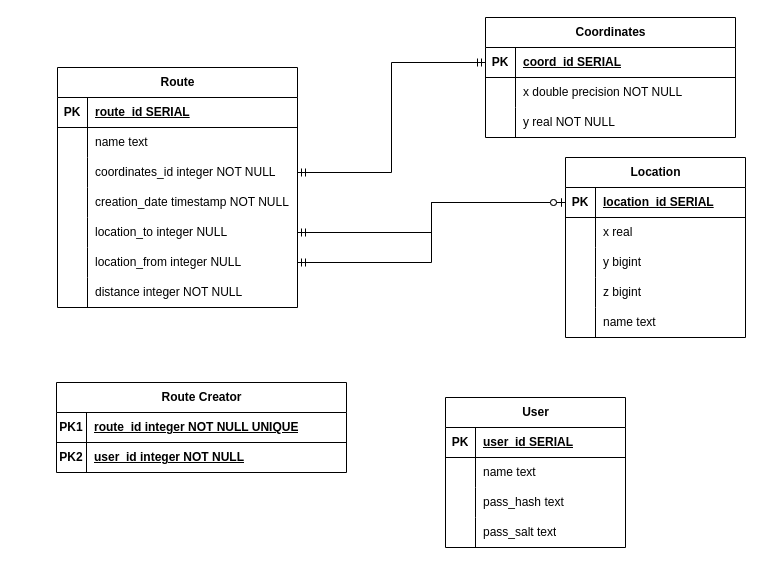
Earlier version of the draw.io diagram diagrams/datalogicalModel.drawio (Zerumi/no8_280523_73637373). Source tidied: cells renumbered, new cells numbered last; positions are measured from the earlier drawing's top-left corner, leaving out a move shared by most shapes. Both pictures are drawn from the tidied source at 100%, with x=0, y=0 at pixel (56, 17).
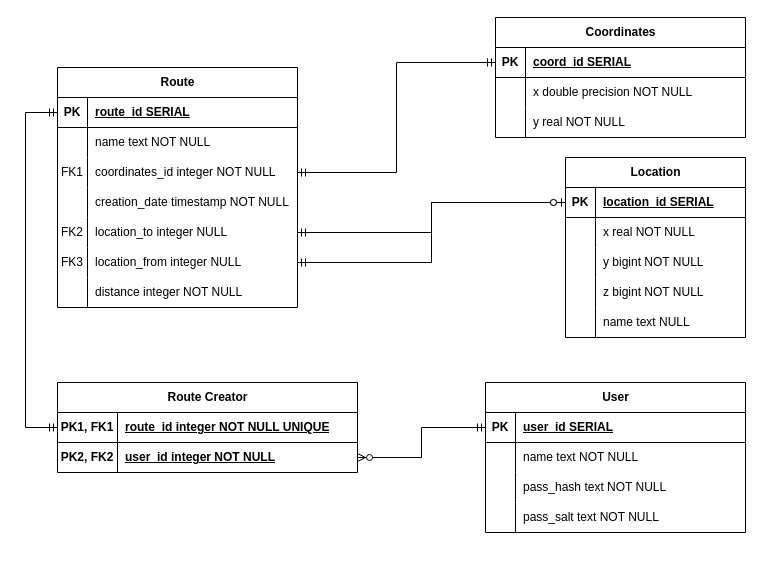
The same diagram, later.

Unchanged cells that the change refers to:
```xml
<mxCell id="3" style="shape=tableRow;horizontal=0;startSize=0;swimlaneHead=0;swimlaneBody=0;fillColor=none;points=[[0,0.5],[1,0.5]];portConstraint=eastwest;top=0;left=0;right=0;bottom=1;" parent="2" vertex="1">
  <mxGeometry y="30" width="240" height="30" as="geometry" />
</mxCell>
<mxCell id="6" style="shape=tableRow;horizontal=0;startSize=0;swimlaneHead=0;swimlaneBody=0;fillColor=none;top=0;left=0;right=0;bottom=0;" parent="2" vertex="1">
  <mxGeometry y="60" width="240" height="30" as="geometry" />
</mxCell>
<mxCell id="9" style="shape=tableRow;horizontal=0;startSize=0;swimlaneHead=0;swimlaneBody=0;fillColor=none;points=[[0,0.5],[1,0.5]];portConstraint=eastwest;top=0;left=0;right=0;bottom=0;" parent="2" vertex="1">
  <mxGeometry y="90" width="240" height="30" as="geometry" />
</mxCell>
<mxCell id="15" style="shape=tableRow;horizontal=0;startSize=0;swimlaneHead=0;swimlaneBody=0;fillColor=none;points=[[0,0.5],[1,0.5]];portConstraint=eastwest;top=0;left=0;right=0;bottom=0;" parent="2" vertex="1">
  <mxGeometry y="150" width="240" height="30" as="geometry" />
</mxCell>
<mxCell id="18" style="shape=tableRow;horizontal=0;startSize=0;swimlaneHead=0;swimlaneBody=0;fillColor=none;points=[[0,0.5],[1,0.5]];portConstraint=eastwest;top=0;left=0;right=0;bottom=0;" parent="2" vertex="1">
  <mxGeometry y="180" width="240" height="30" as="geometry" />
</mxCell>
<mxCell id="28" style="shape=tableRow;horizontal=0;startSize=0;swimlaneHead=0;swimlaneBody=0;fillColor=none;top=0;left=0;right=0;bottom=0;" parent="24" vertex="1">
  <mxGeometry y="60" width="180" height="30" as="geometry" />
</mxCell>
<mxCell id="31" style="shape=tableRow;horizontal=0;startSize=0;swimlaneHead=0;swimlaneBody=0;fillColor=none;top=0;left=0;right=0;bottom=0;" parent="24" vertex="1">
  <mxGeometry y="90" width="180" height="30" as="geometry" />
</mxCell>
<mxCell id="34" style="shape=tableRow;horizontal=0;startSize=0;swimlaneHead=0;swimlaneBody=0;fillColor=none;top=0;left=0;right=0;bottom=0;" parent="24" vertex="1">
  <mxGeometry y="120" width="180" height="30" as="geometry" />
</mxCell>
<mxCell id="37" style="shape=tableRow;horizontal=0;startSize=0;swimlaneHead=0;swimlaneBody=0;fillColor=none;top=0;left=0;right=0;bottom=0;" parent="24" vertex="1">
  <mxGeometry y="150" width="180" height="30" as="geometry" />
</mxCell>
```

Diff of the diagram source:
```diff
@@
-    <mxCell id="8" value="name text" style="shape=partialRectangle;fillColor=none;top=0;left=0;bottom=0;right=0;align=left;spacingLeft=6;overflow=hidden;whiteSpace=wrap;html=1;" parent="6" vertex="1">
+    <mxCell id="8" value="name text NOT NULL" style="shape=partialRectangle;fillColor=none;top=0;left=0;bottom=0;right=0;align=left;spacingLeft=6;overflow=hidden;whiteSpace=wrap;html=1;" parent="6" vertex="1">
       <mxGeometry x="30" width="210" height="30" as="geometry" />
     </mxCell>
@@
-    <mxCell id="10" style="shape=partialRectangle;fillColor=none;top=0;left=0;bottom=0;right=0;overflow=hidden;whiteSpace=wrap;html=1;" parent="9" vertex="1">
+    <mxCell id="10" value="FK1" style="shape=partialRectangle;fillColor=none;top=0;left=0;bottom=0;right=0;overflow=hidden;whiteSpace=wrap;html=1;" parent="9" vertex="1">
       <mxGeometry width="30" height="30" as="geometry" />
     </mxCell>
@@
-    <mxCell id="16" style="shape=partialRectangle;fillColor=none;top=0;left=0;bottom=0;right=0;overflow=hidden;whiteSpace=wrap;html=1;" parent="15" vertex="1">
+    <mxCell id="16" value="FK2" style="shape=partialRectangle;fillColor=none;top=0;left=0;bottom=0;right=0;overflow=hidden;whiteSpace=wrap;html=1;" parent="15" vertex="1">
       <mxGeometry width="30" height="30" as="geometry" />
     </mxCell>
@@
-    <mxCell id="19" style="shape=partialRectangle;fillColor=none;top=0;left=0;bottom=0;right=0;overflow=hidden;whiteSpace=wrap;html=1;" parent="18" vertex="1">
+    <mxCell id="19" value="FK3" style="shape=partialRectangle;fillColor=none;top=0;left=0;bottom=0;right=0;overflow=hidden;whiteSpace=wrap;html=1;" parent="18" vertex="1">
       <mxGeometry width="30" height="30" as="geometry" />
     </mxCell>
@@
-    <mxCell id="30" value="x real" style="shape=partialRectangle;fillColor=none;top=0;left=0;bottom=0;right=0;align=left;spacingLeft=6;overflow=hidden;whiteSpace=wrap;html=1;" parent="28" vertex="1">
+    <mxCell id="30" value="x real NOT NULL" style="shape=partialRectangle;fillColor=none;top=0;left=0;bottom=0;right=0;align=left;spacingLeft=6;overflow=hidden;whiteSpace=wrap;html=1;" parent="28" vertex="1">
       <mxGeometry x="30" width="150" height="30" as="geometry" />
     </mxCell>
@@
-    <mxCell id="33" value="y bigint" style="shape=partialRectangle;fillColor=none;top=0;left=0;bottom=0;right=0;align=left;spacingLeft=6;overflow=hidden;whiteSpace=wrap;html=1;" parent="31" vertex="1">
+    <mxCell id="33" value="y bigint NOT NULL" style="shape=partialRectangle;fillColor=none;top=0;left=0;bottom=0;right=0;align=left;spacingLeft=6;overflow=hidden;whiteSpace=wrap;html=1;" parent="31" vertex="1">
       <mxGeometry x="30" width="150" height="30" as="geometry" />
     </mxCell>
@@
-    <mxCell id="36" value="z bigint" style="shape=partialRectangle;fillColor=none;top=0;left=0;bottom=0;right=0;align=left;spacingLeft=6;overflow=hidden;whiteSpace=wrap;html=1;" parent="34" vertex="1">
+    <mxCell id="36" value="z bigint NOT NULL" style="shape=partialRectangle;fillColor=none;top=0;left=0;bottom=0;right=0;align=left;spacingLeft=6;overflow=hidden;whiteSpace=wrap;html=1;" parent="34" vertex="1">
       <mxGeometry x="30" width="150" height="30" as="geometry" />
     </mxCell>
@@
-    <mxCell id="39" value="name text" style="shape=partialRectangle;fillColor=none;top=0;left=0;bottom=0;right=0;align=left;spacingLeft=6;overflow=hidden;whiteSpace=wrap;html=1;" parent="37" vertex="1">
+    <mxCell id="39" value="name text NULL" style="shape=partialRectangle;fillColor=none;top=0;left=0;bottom=0;right=0;align=left;spacingLeft=6;overflow=hidden;whiteSpace=wrap;html=1;" parent="37" vertex="1">
       <mxGeometry x="30" width="150" height="30" as="geometry" />
     </mxCell>
     <mxCell id="40" value="Coordinates" style="shape=table;startSize=30;childLayout=tableLayout;rowLines=0;fontStyle=1;align=center;html=1;" parent="1" vertex="1">
-      <mxGeometry x="429" width="250" height="120" as="geometry" />
+      <mxGeometry x="439" width="250" height="120" as="geometry" />
     </mxCell>
@@
     <mxCell id="50" value="User" style="shape=table;startSize=30;childLayout=tableLayout;rowLines=0;fontStyle=1;align=center;html=1;" parent="1" vertex="1">
-      <mxGeometry x="389" y="380" width="180" height="150" as="geometry" />
+      <mxGeometry x="429" y="365" width="260" height="150" as="geometry" />
     </mxCell>
     <mxCell id="51" style="shape=tableRow;horizontal=0;startSize=0;swimlaneHead=0;swimlaneBody=0;fillColor=none;points=[[0,0.5],[1,0.5]];portConstraint=eastwest;top=0;left=0;right=0;bottom=1;" parent="50" vertex="1">
-      <mxGeometry y="30" width="180" height="30" as="geometry" />
+      <mxGeometry y="30" width="260" height="30" as="geometry" />
     </mxCell>
@@
     <mxCell id="53" value="user_id SERIAL" style="shape=partialRectangle;fillColor=none;top=0;left=0;bottom=0;right=0;align=left;spacingLeft=6;fontStyle=5;overflow=hidden;whiteSpace=wrap;html=1;" parent="51" vertex="1">
-      <mxGeometry x="30" width="150" height="30" as="geometry" />
+      <mxGeometry x="30" width="230" height="30" as="geometry" />
     </mxCell>
     <mxCell id="54" style="shape=tableRow;horizontal=0;startSize=0;swimlaneHead=0;swimlaneBody=0;fillColor=none;top=0;left=0;right=0;bottom=0;" parent="50" vertex="1">
-      <mxGeometry y="60" width="180" height="30" as="geometry" />
+      <mxGeometry y="60" width="260" height="30" as="geometry" />
     </mxCell>
@@
-    <mxCell id="56" value="name text" style="shape=partialRectangle;fillColor=none;top=0;left=0;bottom=0;right=0;align=left;spacingLeft=6;overflow=hidden;whiteSpace=wrap;html=1;" parent="54" vertex="1">
-      <mxGeometry x="30" width="150" height="30" as="geometry" />
+    <mxCell id="56" value="name text NOT NULL" style="shape=partialRectangle;fillColor=none;top=0;left=0;bottom=0;right=0;align=left;spacingLeft=6;overflow=hidden;whiteSpace=wrap;html=1;" parent="54" vertex="1">
+      <mxGeometry x="30" width="230" height="30" as="geometry" />
     </mxCell>
     <mxCell id="57" style="shape=tableRow;horizontal=0;startSize=0;swimlaneHead=0;swimlaneBody=0;fillColor=none;top=0;left=0;right=0;bottom=0;" parent="50" vertex="1">
-      <mxGeometry y="90" width="180" height="30" as="geometry" />
+      <mxGeometry y="90" width="260" height="30" as="geometry" />
     </mxCell>
@@
-    <mxCell id="59" value="pass_hash text" style="shape=partialRectangle;fillColor=none;top=0;left=0;bottom=0;right=0;align=left;spacingLeft=6;overflow=hidden;whiteSpace=wrap;html=1;" parent="57" vertex="1">
-      <mxGeometry x="30" width="150" height="30" as="geometry" />
+    <mxCell id="59" value="pass_hash text NOT NULL" style="shape=partialRectangle;fillColor=none;top=0;left=0;bottom=0;right=0;align=left;spacingLeft=6;overflow=hidden;whiteSpace=wrap;html=1;" parent="57" vertex="1">
+      <mxGeometry x="30" width="230" height="30" as="geometry" />
     </mxCell>
     <mxCell id="60" style="shape=tableRow;horizontal=0;startSize=0;swimlaneHead=0;swimlaneBody=0;fillColor=none;top=0;left=0;right=0;bottom=0;" parent="50" vertex="1">
-      <mxGeometry y="120" width="180" height="30" as="geometry" />
+      <mxGeometry y="120" width="260" height="30" as="geometry" />
     </mxCell>
@@
-    <mxCell id="62" value="pass_salt text" style="shape=partialRectangle;fillColor=none;top=0;left=0;bottom=0;right=0;align=left;spacingLeft=6;overflow=hidden;whiteSpace=wrap;html=1;" parent="60" vertex="1">
-      <mxGeometry x="30" width="150" height="30" as="geometry" />
+    <mxCell id="62" value="pass_salt text NOT NULL" style="shape=partialRectangle;fillColor=none;top=0;left=0;bottom=0;right=0;align=left;spacingLeft=6;overflow=hidden;whiteSpace=wrap;html=1;" parent="60" vertex="1">
+      <mxGeometry x="30" width="230" height="30" as="geometry" />
     </mxCell>
     <mxCell id="63" value="Route Creator" style="shape=table;startSize=30;childLayout=tableLayout;rowLines=0;fontStyle=1;align=center;html=1;" parent="1" vertex="1">
-      <mxGeometry y="365" width="290" height="90" as="geometry" />
+      <mxGeometry x="1" y="365" width="300" height="90" as="geometry" />
     </mxCell>
     <mxCell id="64" style="shape=tableRow;horizontal=0;startSize=0;swimlaneHead=0;swimlaneBody=0;fillColor=none;points=[[0,0.5],[1,0.5]];portConstraint=eastwest;top=0;left=0;right=0;bottom=1;" parent="63" vertex="1">
-      <mxGeometry y="30" width="290" height="30" as="geometry" />
+      <mxGeometry y="30" width="300" height="30" as="geometry" />
     </mxCell>
-    <mxCell id="65" value="PK1" style="shape=partialRectangle;fillColor=none;top=0;left=0;bottom=0;right=0;fontStyle=1;overflow=hidden;whiteSpace=wrap;html=1;" parent="64" vertex="1">
-      <mxGeometry width="30" height="30" as="geometry" />
+    <mxCell id="65" value="PK1, FK1" style="shape=partialRectangle;fillColor=none;top=0;left=0;bottom=0;right=0;fontStyle=1;overflow=hidden;whiteSpace=wrap;html=1;" parent="64" vertex="1">
+      <mxGeometry width="60" height="30" as="geometry" />
     </mxCell>
     <mxCell id="66" value="route_id integer NOT NULL UNIQUE" style="shape=partialRectangle;fillColor=none;top=0;left=0;bottom=0;right=0;align=left;spacingLeft=6;fontStyle=5;overflow=hidden;whiteSpace=wrap;html=1;" parent="64" vertex="1">
-      <mxGeometry x="30" width="260" height="30" as="geometry" />
+      <mxGeometry x="60" width="240" height="30" as="geometry" />
     </mxCell>
     <mxCell id="67" style="shape=tableRow;horizontal=0;startSize=0;swimlaneHead=0;swimlaneBody=0;fillColor=none;points=[[0,0.5],[1,0.5]];portConstraint=eastwest;top=0;left=0;right=0;bottom=0;fontStyle=1;" parent="63" vertex="1">
-      <mxGeometry y="60" width="290" height="30" as="geometry" />
+      <mxGeometry y="60" width="300" height="30" as="geometry" />
     </mxCell>
-    <mxCell id="68" value="PK2" style="shape=partialRectangle;fillColor=none;top=0;left=0;bottom=0;right=0;overflow=hidden;whiteSpace=wrap;html=1;fontStyle=1;" parent="67" vertex="1">
-      <mxGeometry width="30" height="30" as="geometry" />
+    <mxCell id="68" value="PK2, FK2" style="shape=partialRectangle;fillColor=none;top=0;left=0;bottom=0;right=0;overflow=hidden;whiteSpace=wrap;html=1;fontStyle=1;" parent="67" vertex="1">
+      <mxGeometry width="60" height="30" as="geometry" />
     </mxCell>
     <mxCell id="69" value="user_id integer NOT NULL" style="shape=partialRectangle;fillColor=none;top=0;left=0;bottom=0;right=0;align=left;spacingLeft=6;overflow=hidden;whiteSpace=wrap;html=1;fontStyle=5;" parent="67" vertex="1">
-      <mxGeometry x="30" width="260" height="30" as="geometry" />
+      <mxGeometry x="60" width="240" height="30" as="geometry" />
     </mxCell>
@@
+    <mxCell id="73" style="edgeStyle=orthogonalEdgeStyle;fontSize=12;html=1;endArrow=ERzeroToMany;startArrow=ERmandOne;rounded=0;" parent="1" edge="1" source="51" target="67">
+      <mxGeometry relative="1" as="geometry" />
+    </mxCell>
+    <mxCell id="74" style="edgeStyle=orthogonalEdgeStyle;fontSize=12;html=1;endArrow=ERmandOne;startArrow=ERmandOne;rounded=0;entryX=0;entryY=0.5;entryDx=0;entryDy=0;" parent="1" edge="1" source="64" target="3">
+      <mxGeometry relative="1" as="geometry">
+        <Array as="points">
+          <mxPoint x="-31" y="410" />
+          <mxPoint x="-31" y="95" />
+        </Array>
+      </mxGeometry>
+    </mxCell>
```
